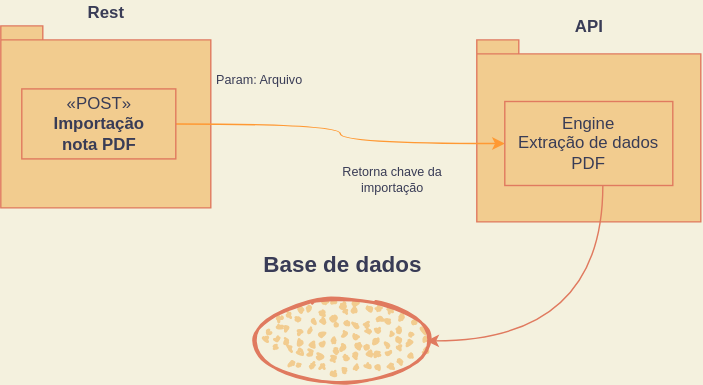
The draw.io diagram docs/fluxo-importacao.svg in Daivdson/irpf, before a commit. Source tidied: cells renumbered, new cells last; positions are measured from the earlier drawing's top-left corner, leaving out a move shared by most shapes.
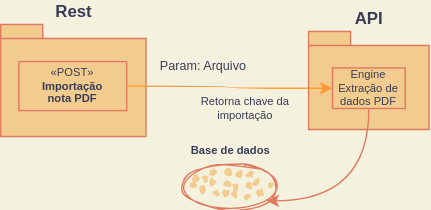
The same diagram one commit later.

What changed in the source:
```diff
@@ -2,39 +2,39 @@
   <root>
     <mxCell id="0" />
     <mxCell id="1" parent="0" />
-    <mxCell id="2" value="API" style="shape=folder;fontStyle=1;spacingTop=10;tabWidth=30;tabHeight=10;tabPosition=left;html=1;labelPosition=center;verticalLabelPosition=top;align=center;verticalAlign=bottom;fillColor=#F2CC8F;strokeColor=#E07A5F;fontColor=#393C56;" parent="1" vertex="1">
-      <mxGeometry x="340" y="10" width="160" height="130" as="geometry" />
+    <mxCell id="2" value="API" style="shape=folder;fontStyle=1;spacingTop=10;tabWidth=30;tabHeight=10;tabPosition=left;html=1;labelPosition=center;verticalLabelPosition=top;align=center;verticalAlign=bottom;fillColor=#F2CC8F;strokeColor=#E07A5F;fontColor=#393C56;strokeWidth=1;fontSize=12;" parent="1" vertex="1">
+      <mxGeometry x="210" y="-5" width="86.2" height="70" as="geometry" />
     </mxCell>
-    <mxCell id="3" value="Rest" style="shape=folder;fontStyle=1;spacingTop=10;tabWidth=30;tabHeight=10;tabPosition=left;html=1;labelPosition=center;verticalLabelPosition=top;align=center;verticalAlign=bottom;textDirection=rtl;fillColor=#F2CC8F;strokeColor=#E07A5F;fontColor=#393C56;" parent="1" vertex="1">
-      <mxGeometry width="150" height="130" as="geometry" />
+    <mxCell id="3" value="Rest" style="shape=folder;fontStyle=1;spacingTop=10;tabWidth=30;tabHeight=10;tabPosition=left;html=1;labelPosition=center;verticalLabelPosition=top;align=center;verticalAlign=bottom;textDirection=rtl;fillColor=#F2CC8F;strokeColor=#E07A5F;fontColor=#393C56;strokeWidth=1;fontSize=12;" parent="1" vertex="1">
+      <mxGeometry x="-10" y="-10" width="103.8" height="80" as="geometry" />
     </mxCell>
-    <mxCell id="4" style="edgeStyle=orthogonalEdgeStyle;rounded=0;jettySize=auto;html=1;curved=1;strokeColor=#FF9933;" parent="1" edge="1" source="5" target="9">
+    <mxCell id="4" style="edgeStyle=orthogonalEdgeStyle;rounded=0;jettySize=auto;html=1;curved=1;strokeColor=#FF9933;strokeWidth=1;fontSize=12;" parent="1" edge="1" source="5" target="9">
       <mxGeometry relative="1" as="geometry" />
     </mxCell>
-    <mxCell id="5" value="«POST»&lt;br&gt;&lt;b&gt;Importação&lt;br&gt;nota PDF&lt;br&gt;&lt;/b&gt;" style="html=1;fillColor=#F2CC8F;strokeColor=#E07A5F;fontColor=#393C56;" parent="1" vertex="1">
-      <mxGeometry x="15" y="45" width="110" height="50" as="geometry" />
+    <mxCell id="5" value="«POST»&lt;br style=&quot;font-size: 8px;&quot;&gt;&lt;b style=&quot;font-size: 8px;&quot;&gt;Importação&lt;br style=&quot;font-size: 8px;&quot;&gt;nota PDF&lt;br style=&quot;font-size: 8px;&quot;&gt;&lt;/b&gt;" style="html=1;fillColor=#F2CC8F;strokeColor=#E07A5F;fontColor=#393C56;strokeWidth=1;fontSize=8;" parent="1" vertex="1">
+      <mxGeometry x="3" y="16.5" width="77" height="35" as="geometry" />
     </mxCell>
-    <mxCell id="6" style="ellipse;whiteSpace=wrap;html=1;strokeWidth=2;fillWeight=2;hachureGap=8;fillColor=#F2CC8F;fillStyle=dots;sketch=1;strokeColor=#E07A5F;fontColor=#393C56;" parent="1" vertex="1">
-      <mxGeometry x="184" y="195" width="120" height="60" as="geometry" />
+    <mxCell id="6" style="ellipse;whiteSpace=wrap;html=1;strokeWidth=1;fillWeight=2;hachureGap=8;fillColor=#F2CC8F;fillStyle=dots;sketch=1;strokeColor=#E07A5F;fontColor=#393C56;fontSize=12;" parent="1" vertex="1">
+      <mxGeometry x="122.2" y="90" width="64.5" height="32.2" as="geometry" />
     </mxCell>
-    <mxCell id="7" value="&lt;div style=&quot;font-size: 16px&quot;&gt;Base de dados&lt;/div&gt;" style="text;strokeColor=none;fillColor=none;html=1;fontSize=24;fontStyle=1;verticalAlign=middle;align=center;strokeWidth=1;fontColor=#393C56;" parent="1" vertex="1">
-      <mxGeometry x="176" y="145" width="136" height="50" as="geometry" />
+    <mxCell id="7" value="&lt;div style=&quot;font-size: 8px;&quot;&gt;Base de dados&lt;/div&gt;" style="text;strokeColor=none;fillColor=none;html=1;fontSize=8;fontStyle=1;verticalAlign=middle;align=center;strokeWidth=1;fontColor=#393C56;" parent="1" vertex="1">
+      <mxGeometry x="120" y="70" width="68.9" height="20" as="geometry" />
     </mxCell>
-    <mxCell id="8" style="edgeStyle=orthogonalEdgeStyle;rounded=0;jettySize=auto;html=1;fontSize=16;curved=1;strokeColor=#E07A5F;fontColor=#393C56;labelBackgroundColor=#F4F1DE;" parent="1" edge="1" source="9" target="6">
+    <mxCell id="8" style="edgeStyle=orthogonalEdgeStyle;rounded=0;jettySize=auto;html=1;fontSize=12;curved=1;strokeColor=#E07A5F;fontColor=#393C56;labelBackgroundColor=#F4F1DE;strokeWidth=1;" parent="1" edge="1" source="9" target="6">
       <mxGeometry relative="1" as="geometry">
         <Array as="points">
-          <mxPoint x="430" y="225" />
+          <mxPoint x="253" y="116" />
         </Array>
       </mxGeometry>
     </mxCell>
-    <mxCell id="9" value="Engine&lt;br&gt;Extração de dados PDF" style="whiteSpace=wrap;html=1;fillColor=#F2CC8F;strokeColor=#E07A5F;fontColor=#393C56;" parent="1" vertex="1">
-      <mxGeometry x="360" y="54" width="120" height="60" as="geometry" />
+    <mxCell id="9" value="Engine&lt;br style=&quot;font-size: 8px;&quot;&gt;Extração de dados PDF" style="whiteSpace=wrap;html=1;fillColor=#F2CC8F;strokeColor=#E07A5F;fontColor=#393C56;strokeWidth=1;fontSize=8;" parent="1" vertex="1">
+      <mxGeometry x="227.1" y="21" width="52" height="29" as="geometry" />
     </mxCell>
-    <mxCell id="10" value="Param: Arquivo" style="text;html=1;strokeColor=none;fillColor=none;align=center;verticalAlign=middle;whiteSpace=wrap;rounded=0;fontSize=9;fontColor=#393C56;" parent="1" vertex="1">
-      <mxGeometry x="125" y="24" width="120" height="30" as="geometry" />
+    <mxCell id="10" value="Param: Arquivo" style="text;html=1;strokeColor=none;fillColor=none;align=center;verticalAlign=middle;whiteSpace=wrap;rounded=0;fontSize=9;fontColor=#393C56;strokeWidth=1;" parent="1" vertex="1">
+      <mxGeometry x="100" y="10" width="70" height="20" as="geometry" />
     </mxCell>
-    <mxCell id="11" value="Retorna chave da importação" style="text;html=1;strokeColor=none;fillColor=none;align=center;verticalAlign=middle;whiteSpace=wrap;rounded=0;fontSize=9;fontColor=#393C56;" parent="1" vertex="1">
-      <mxGeometry x="220" y="95" width="120" height="30" as="geometry" />
+    <mxCell id="11" value="Retorna chave da importação" style="text;html=1;strokeColor=none;fillColor=none;align=center;verticalAlign=middle;whiteSpace=wrap;rounded=0;fontSize=8;fontColor=#393C56;strokeWidth=1;" parent="1" vertex="1">
+      <mxGeometry x="130" y="35" width="70" height="30" as="geometry" />
     </mxCell>
   </root>
 </mxGraphModel>
```
